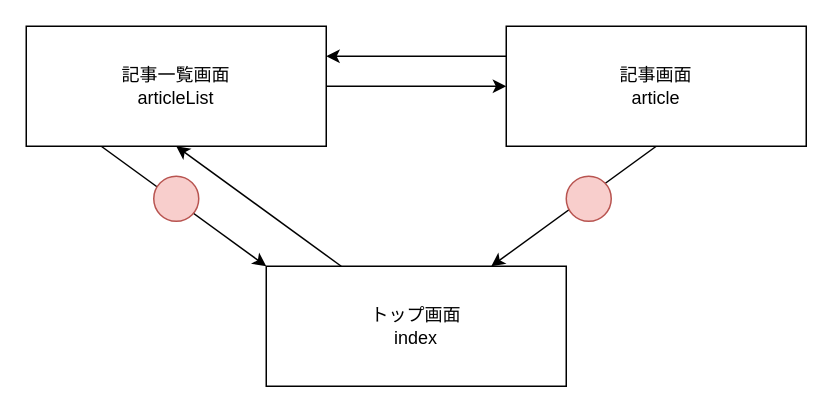
Earlier version of the draw.io diagram 設計書など/画面遷移図.drawio (VBbeat/homePage). Source tidied: cells renumbered, new cells numbered last; positions are measured from the earlier drawing's top-left corner, leaving out a move shared by most shapes. Both pictures are drawn from the tidied source at 150%, with x=0, y=0 at pixel (26, 26).
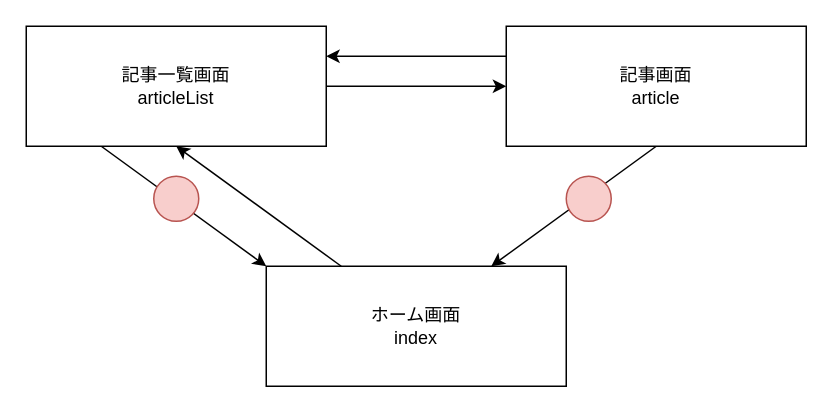
Above is the later version.

Commit message:
Update 画面遷移図.drawio

Diff of the diagram source:
```diff
@@
 <mxGraphModel>
   <root>
     <mxCell id="0" />
     <mxCell id="1" parent="0" />
     <mxCell id="2" style="rounded=0;jettySize=auto;html=1;entryX=0.5;entryY=1;entryDx=0;entryDy=0;exitX=0.25;exitY=0;exitDx=0;exitDy=0;" parent="1" edge="1" source="3" target="6">
       <mxGeometry relative="1" as="geometry" />
     </mxCell>
-    <mxCell id="3" value="トップ画面&lt;br&gt;index" style="rounded=0;whiteSpace=wrap;html=1;" parent="1" vertex="1">
+    <mxCell id="3" value="ホーム画面&lt;br&gt;index" style="rounded=0;whiteSpace=wrap;html=1;" parent="1" vertex="1">
       <mxGeometry x="160" y="160" width="200" height="80" as="geometry" />
     </mxCell>
     <mxCell id="4" style="edgeStyle=none;rounded=0;jettySize=auto;html=1;" parent="1" edge="1" source="6" target="9">
       <mxGeometry relative="1" as="geometry" />
     </mxCell>
     <mxCell id="5" style="edgeStyle=none;rounded=0;jettySize=auto;html=1;exitX=0.25;exitY=1;exitDx=0;exitDy=0;entryX=0;entryY=0;entryDx=0;entryDy=0;" parent="1" edge="1" source="6" target="3">
       <mxGeometry relative="1" as="geometry" />
     </mxCell>
     <mxCell id="6" value="記事一覧画面&lt;br&gt;articleList" style="rounded=0;whiteSpace=wrap;html=1;" parent="1" vertex="1">
       <mxGeometry width="200" height="80" as="geometry" />
     </mxCell>
     <mxCell id="7" style="edgeStyle=none;rounded=0;jettySize=auto;html=1;exitX=0.5;exitY=1;exitDx=0;exitDy=0;entryX=0.75;entryY=0;entryDx=0;entryDy=0;" parent="1" edge="1" source="9" target="3">
       <mxGeometry relative="1" as="geometry" />
     </mxCell>
     <mxCell id="8" style="edgeStyle=none;rounded=0;jettySize=auto;html=1;exitX=0;exitY=0.25;exitDx=0;exitDy=0;entryX=1;entryY=0.25;entryDx=0;entryDy=0;" parent="1" edge="1" source="9" target="6">
       <mxGeometry relative="1" as="geometry" />
     </mxCell>
     <mxCell id="9" value="記事画面&lt;br&gt;article" style="rounded=0;whiteSpace=wrap;html=1;" parent="1" vertex="1">
       <mxGeometry x="320" width="200" height="80" as="geometry" />
     </mxCell>
     <mxCell id="10" style="ellipse;whiteSpace=wrap;html=1;fillColor=#f8cecc;strokeColor=#b85450;" parent="1" vertex="1">
       <mxGeometry x="360" y="100" width="30" height="30" as="geometry" />
     </mxCell>
     <mxCell id="11" style="ellipse;whiteSpace=wrap;html=1;fillColor=#f8cecc;strokeColor=#b85450;" parent="1" vertex="1">
       <mxGeometry x="85" y="100" width="30" height="30" as="geometry" />
     </mxCell>
   </root>
 </mxGraphModel>
```
